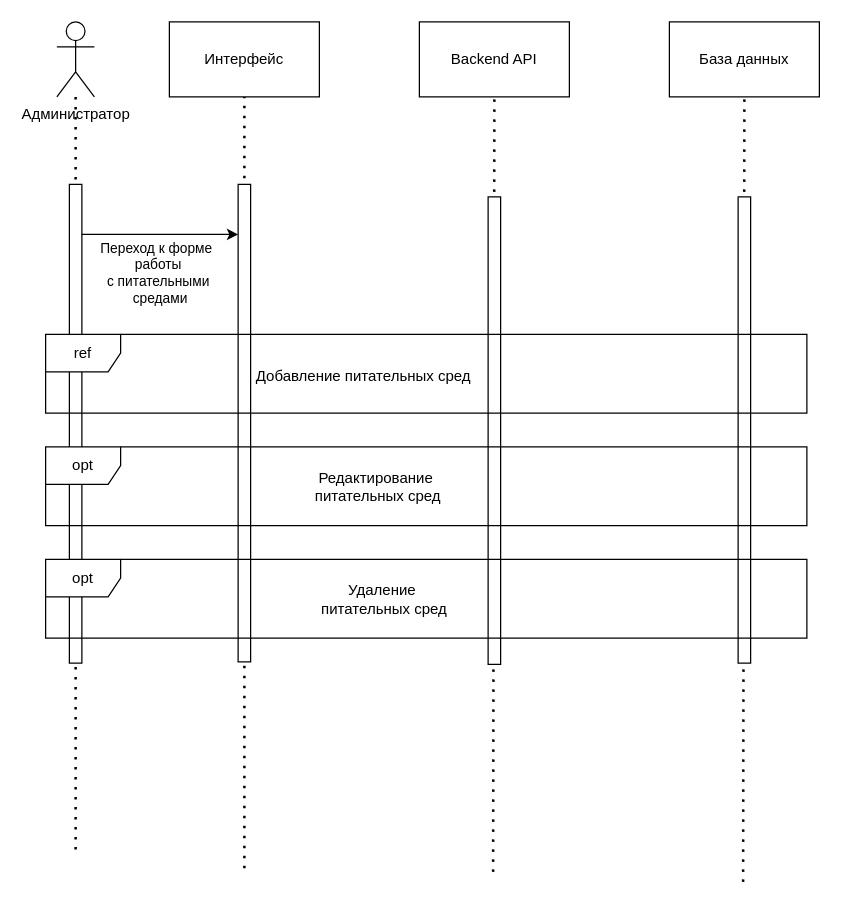
The draw.io diagram sequence_manage-mediums.drawio in eva01pilot/plant-tissue-diagrams, before the edit. Source tidied: cells renumbered, new cells numbered last; positions are measured from the earlier drawing's top-left corner, leaving out a move shared by most shapes. Both pictures are drawn from the tidied source at 125%, with x=0, y=0 at pixel (45, 21).
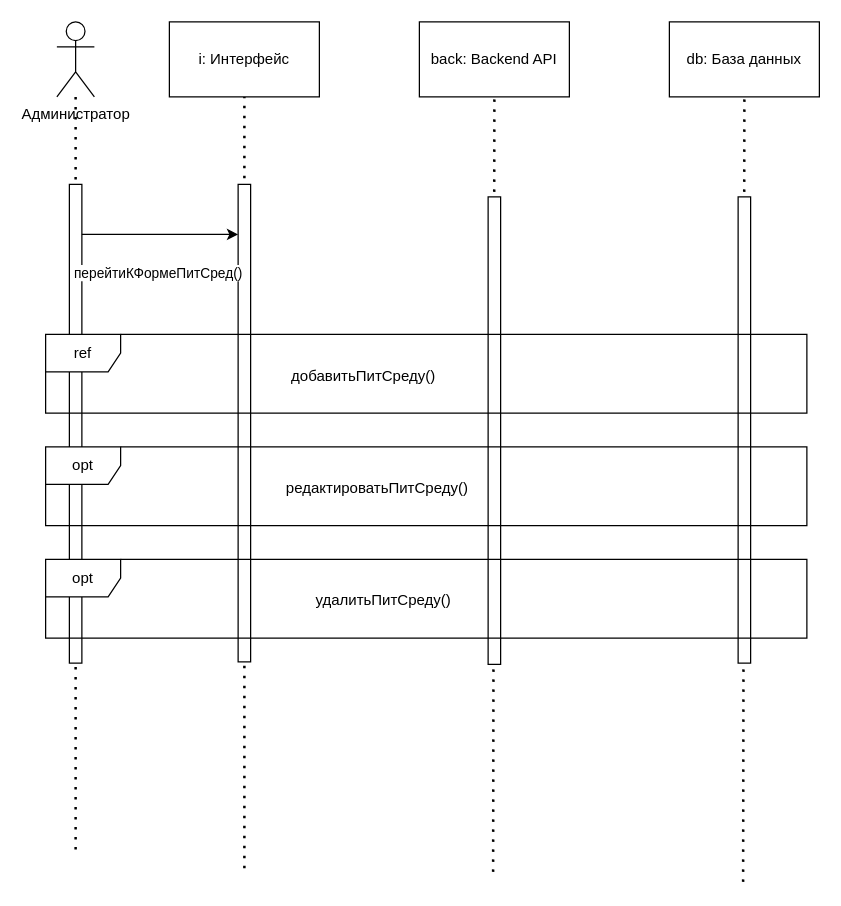
The same page after the edit.

The change refers to these unchanged cells:
```xml
<mxCell id="14" style="endArrow=classic;html=1;rounded=0;" parent="1" edge="1">
  <mxGeometry relative="1" as="geometry">
    <mxPoint x="29" y="170" as="sourcePoint" />
    <mxPoint x="154" y="170" as="targetPoint" />
    <Array as="points">
      <mxPoint x="109" y="170" />
    </Array>
  </mxGeometry>
</mxCell>
```

Change to the diagram source:
```diff
@@
-    <mxCell id="7" value="Интерфейс" style="rounded=0;whiteSpace=wrap;html=1;" parent="1" vertex="1">
+    <mxCell id="7" value="i: Интерфейс" style="rounded=0;whiteSpace=wrap;html=1;" parent="1" vertex="1">
       <mxGeometry x="99" width="120" height="60" as="geometry" />
     </mxCell>
@@
-    <mxCell id="10" value="Backend API" style="rounded=0;whiteSpace=wrap;html=1;" parent="1" vertex="1">
+    <mxCell id="10" value="back: Backend API" style="rounded=0;whiteSpace=wrap;html=1;" parent="1" vertex="1">
       <mxGeometry x="299" width="120" height="60" as="geometry" />
     </mxCell>
@@
-    <mxCell id="12" value="База данных" style="rounded=0;whiteSpace=wrap;html=1;" parent="1" vertex="1">
+    <mxCell id="12" value="db: База данных" style="rounded=0;whiteSpace=wrap;html=1;" parent="1" vertex="1">
       <mxGeometry x="499" width="120" height="60" as="geometry" />
     </mxCell>
@@
-    <mxCell id="15" value="&lt;div&gt;Переход к форме&amp;nbsp;&lt;/div&gt;&lt;div&gt;работы&lt;/div&gt;&lt;div&gt;с питательными &lt;br&gt;&lt;/div&gt;&lt;div&gt;&amp;nbsp;средами&lt;br&gt;&lt;/div&gt;" style="edgeLabel;html=1;align=center;verticalAlign=middle;" parent="14" vertex="1">
+    <mxCell id="15" value="перейтиКФормеПитСред()" style="edgeLabel;html=1;align=center;verticalAlign=middle;" parent="14" vertex="1">
       <mxGeometry x="-0.28" relative="1" as="geometry">
         <mxPoint x="15" y="30" as="offset" />
       </mxGeometry>
     </mxCell>
@@
-    <mxCell id="17" value="&lt;div&gt;Добавление питательных сред&lt;br&gt;&lt;/div&gt;" style="text;html=1;align=center;verticalAlign=middle;strokeColor=none;fillColor=none;" parent="1" vertex="1">
-      <mxGeometry x="158" y="271" width="191" height="26" as="geometry" />
+    <mxCell id="17" value="добавитьПитСреду()" style="text;html=1;align=center;verticalAlign=middle;strokeColor=none;fillColor=none;" parent="1" vertex="1">
+      <mxGeometry x="186" y="271" width="135" height="26" as="geometry" />
     </mxCell>
@@
-    <mxCell id="19" value="&lt;div&gt;Редактирование&lt;/div&gt;&lt;div&gt;&amp;nbsp;питательных сред&lt;br&gt;&lt;/div&gt;" style="text;html=1;align=center;verticalAlign=middle;strokeColor=none;fillColor=none;" parent="1" vertex="1">
-      <mxGeometry x="203" y="351.5" width="122" height="41" as="geometry" />
+    <mxCell id="19" value="редактироватьПитСреду()" style="text;html=1;align=center;verticalAlign=middle;strokeColor=none;fillColor=none;" parent="1" vertex="1">
+      <mxGeometry x="181" y="359.5" width="167" height="26" as="geometry" />
     </mxCell>
@@
-    <mxCell id="21" value="&lt;div&gt;Удаление&lt;br&gt;&lt;/div&gt;&lt;div&gt;&amp;nbsp;питательных сред&lt;br&gt;&lt;/div&gt;" style="text;html=1;align=center;verticalAlign=middle;strokeColor=none;fillColor=none;" parent="1" vertex="1">
-      <mxGeometry x="208" y="441.5" width="122" height="41" as="geometry" />
+    <mxCell id="21" value="удалитьПитСреду()" style="text;html=1;align=center;verticalAlign=middle;strokeColor=none;fillColor=none;" parent="1" vertex="1">
+      <mxGeometry x="206" y="449.5" width="127" height="26" as="geometry" />
     </mxCell>
```
